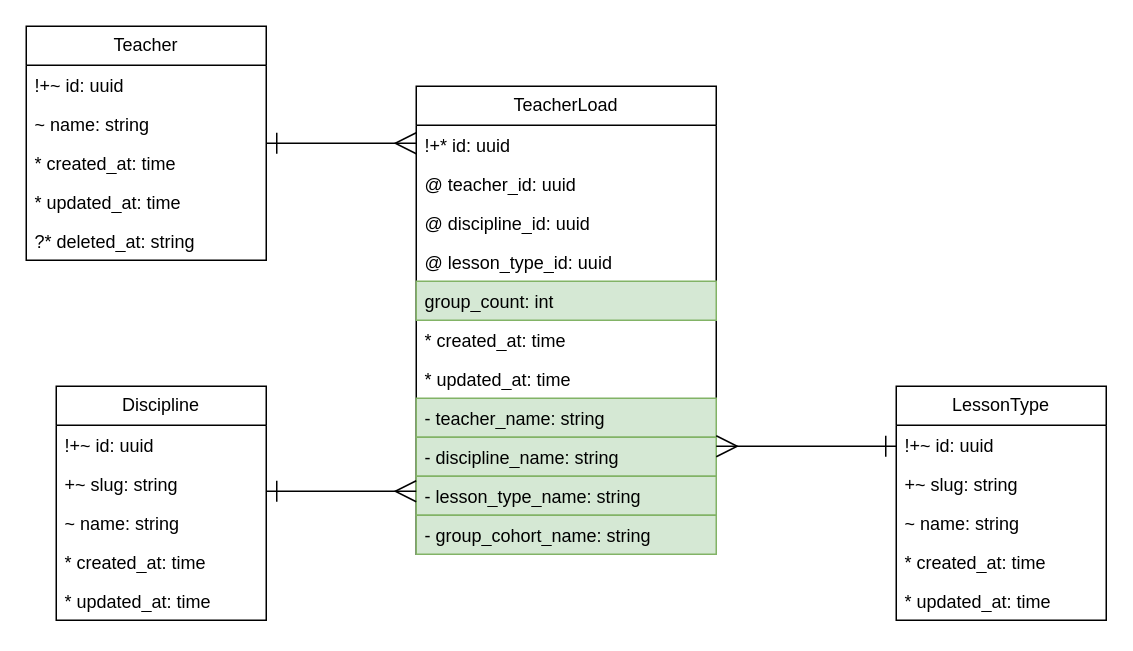
This is page "Teacher Load" (9 of 9) of docs/entity_relationship.drawio from IrusHunter/duckademic, a draw.io file, before an edit. Source tidied: cells renumbered, new cells numbered last; positions are measured from the earlier drawing's top-left corner, leaving out a move shared by most shapes. Both pictures are drawn from the tidied source at 150%, with x=0, y=0 at pixel (26, 26).
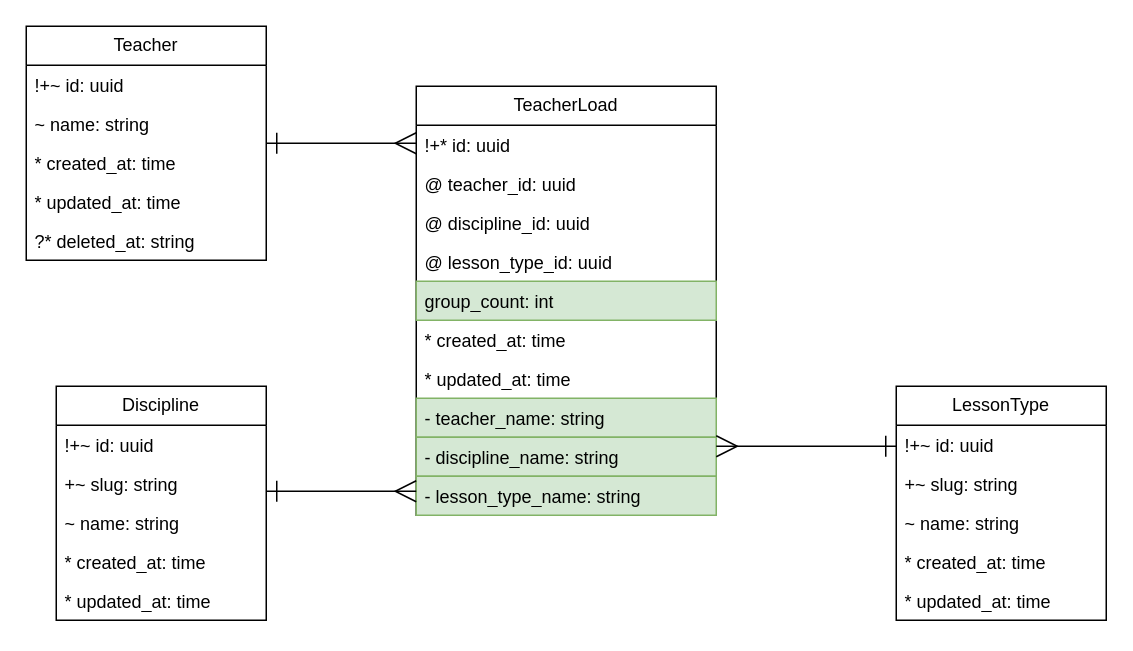
The same diagram, later.

The edit, as a diff of the source:
```diff
@@
     <mxCell id="20" value="TeacherLoad" style="swimlane;fontStyle=0;horizontal=1;startSize=26;fillColor=none;whiteSpace=wrap;html=1;" parent="1" vertex="1">
-      <mxGeometry x="260" y="40" width="200" height="312" as="geometry" />
+      <mxGeometry x="260" y="40" width="200" height="286" as="geometry" />
     </mxCell>
@@
-    <mxCell id="31" value="- group_cohort_name: string" style="text;strokeColor=#82b366;fillColor=#d5e8d4;align=left;verticalAlign=top;spacingLeft=4;spacingRight=4;overflow=hidden;whiteSpace=wrap;html=1;" parent="20" vertex="1">
-      <mxGeometry y="286" width="200" height="26" as="geometry" />
-    </mxCell>
```
